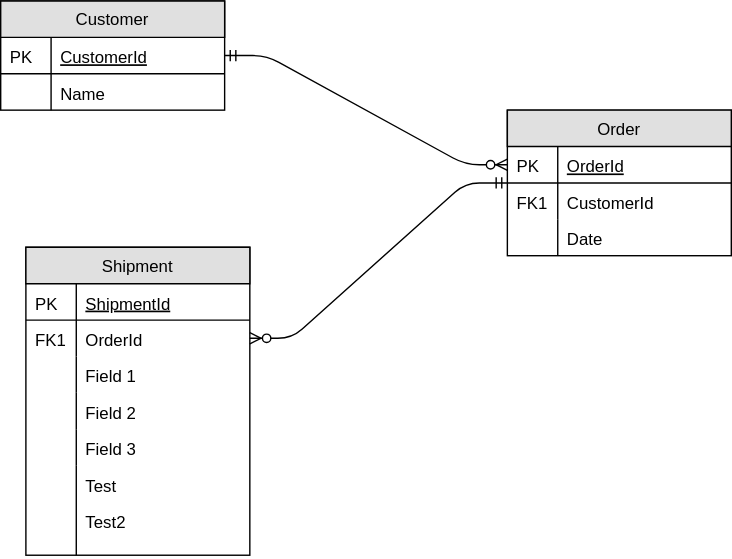
Before: images/schema.svg, a diagram exported from draw.io (alderg/sandbox). Source tidied: cells renumbered, new cells last; positions are measured from the earlier drawing's top-left corner, leaving out a move shared by most shapes. The source it was exported from:
```xml
<mxGraphModel background="#ffffff">
  <root>
    <mxCell id="0" />
    <mxCell id="1" parent="0" />
    <mxCell id="2" value="Customer" style="swimlane;fontStyle=0;horizontal=1;startSize=26;fillColor=#e0e0e0;swimlaneFillColor=#ffffff;rounded=0;shadow=0;strokeWidth=1;" parent="1" vertex="1">
      <mxGeometry width="160" height="78" as="geometry" />
    </mxCell>
    <mxCell id="3" value="CustomerId" style="shape=partialRectangle;top=0;left=0;right=0;bottom=1;align=left;verticalAlign=top;fillColor=none;spacingLeft=40;spacingRight=4;overflow=hidden;points=[[0,0.5],[1,0.5]];portConstraint=eastwest;rounded=0;shadow=0;strokeWidth=1;fontStyle=4;" parent="2" vertex="1">
      <mxGeometry y="26" width="160" height="26" as="geometry" />
    </mxCell>
    <mxCell id="4" value="PK" style="shape=partialRectangle;top=0;left=0;bottom=0;fillColor=none;align=left;verticalAlign=top;spacingLeft=4;spacingRight=4;overflow=hidden;" parent="3" vertex="1">
      <mxGeometry width="36" height="26" as="geometry" />
    </mxCell>
    <mxCell id="5" value="Name" style="shape=partialRectangle;top=0;left=0;right=0;bottom=0;align=left;verticalAlign=top;fillColor=none;spacingLeft=40;spacingRight=4;overflow=hidden;rounded=0;shadow=0;strokeWidth=1;" parent="2" vertex="1">
      <mxGeometry y="52" width="160" height="26" as="geometry" />
    </mxCell>
    <mxCell id="6" style="shape=partialRectangle;top=0;left=0;bottom=0;fillColor=none;align=left;verticalAlign=top;spacingLeft=4;spacingRight=4;overflow=hidden;" parent="5" vertex="1">
      <mxGeometry width="36" height="26" as="geometry" />
    </mxCell>
    <mxCell id="7" value="Order" style="swimlane;fontStyle=0;horizontal=1;startSize=26;fillColor=#e0e0e0;swimlaneFillColor=#ffffff;rounded=0;shadow=0;strokeWidth=1;" parent="1" vertex="1">
      <mxGeometry x="362" y="78" width="160" height="104" as="geometry" />
    </mxCell>
    <mxCell id="8" value="OrderId" style="shape=partialRectangle;top=0;left=0;right=0;bottom=1;align=left;verticalAlign=top;fillColor=none;spacingLeft=40;spacingRight=4;overflow=hidden;points=[[0,0.5],[1,0.5]];portConstraint=eastwest;rounded=0;shadow=0;strokeWidth=1;fontStyle=4;" parent="7" vertex="1">
      <mxGeometry y="26" width="160" height="26" as="geometry" />
    </mxCell>
    <mxCell id="9" value="PK" style="shape=partialRectangle;top=0;left=0;bottom=0;fillColor=none;align=left;verticalAlign=top;spacingLeft=4;spacingRight=4;overflow=hidden;" parent="8" vertex="1">
      <mxGeometry width="36" height="26" as="geometry" />
    </mxCell>
    <mxCell id="10" value="CustomerId" style="shape=partialRectangle;top=0;left=0;right=0;bottom=0;align=left;verticalAlign=top;fillColor=none;spacingLeft=40;spacingRight=4;overflow=hidden;rounded=0;shadow=0;strokeWidth=1;" parent="7" vertex="1">
      <mxGeometry y="52" width="160" height="26" as="geometry" />
    </mxCell>
    <mxCell id="11" value="FK1" style="shape=partialRectangle;top=0;left=0;bottom=0;fillColor=none;align=left;verticalAlign=top;spacingLeft=4;spacingRight=4;overflow=hidden;" parent="10" vertex="1">
      <mxGeometry width="36" height="26" as="geometry" />
    </mxCell>
    <mxCell id="12" value="Date" style="shape=partialRectangle;top=0;left=0;right=0;bottom=0;align=left;verticalAlign=top;fillColor=none;spacingLeft=40;spacingRight=4;overflow=hidden;rounded=0;shadow=0;strokeWidth=1;" parent="7" vertex="1">
      <mxGeometry y="78" width="160" height="26" as="geometry" />
    </mxCell>
    <mxCell id="13" style="shape=partialRectangle;top=0;left=0;bottom=0;fillColor=none;align=left;verticalAlign=top;spacingLeft=4;spacingRight=4;overflow=hidden;" parent="12" vertex="1">
      <mxGeometry width="36" height="26" as="geometry" />
    </mxCell>
    <mxCell id="14" style="edgeStyle=entityRelationEdgeStyle;endArrow=ERzeroToMany;startArrow=ERmandOne;shadow=0;strokeWidth=1;" parent="1" edge="1" source="3" target="8">
      <mxGeometry relative="1" as="geometry" />
    </mxCell>
    <mxCell id="15" value="Shipment" style="swimlane;fontStyle=0;horizontal=1;startSize=26;fillColor=#e0e0e0;swimlaneFillColor=#ffffff;rounded=0;shadow=0;strokeWidth=1;" parent="1" vertex="1">
      <mxGeometry x="18" y="176" width="160" height="220" as="geometry" />
    </mxCell>
    <mxCell id="16" value="ShipmentId" style="shape=partialRectangle;top=0;left=0;right=0;bottom=1;align=left;verticalAlign=top;fillColor=none;spacingLeft=40;spacingRight=4;overflow=hidden;rounded=0;shadow=0;strokeWidth=1;fontStyle=4;" parent="15" vertex="1">
      <mxGeometry y="26" width="160" height="26" as="geometry" />
    </mxCell>
    <mxCell id="17" value="PK" style="shape=partialRectangle;top=0;left=0;bottom=0;fillColor=none;align=left;verticalAlign=top;spacingLeft=4;spacingRight=4;overflow=hidden;" parent="16" vertex="1">
      <mxGeometry width="36" height="26" as="geometry" />
    </mxCell>
    <mxCell id="18" value="OrderId" style="shape=partialRectangle;top=0;left=0;right=0;bottom=0;align=left;verticalAlign=top;fillColor=none;spacingLeft=40;spacingRight=4;overflow=hidden;points=[[0,0.5],[1,0.5]];portConstraint=eastwest;rounded=0;shadow=0;strokeWidth=1;" parent="15" vertex="1">
      <mxGeometry y="52" width="160" height="26" as="geometry" />
    </mxCell>
    <mxCell id="19" value="FK1" style="shape=partialRectangle;top=0;left=0;bottom=0;fillColor=none;align=left;verticalAlign=top;spacingLeft=4;spacingRight=4;overflow=hidden;" parent="18" vertex="1">
      <mxGeometry width="36" height="26" as="geometry" />
    </mxCell>
    <mxCell id="20" value="Field 1" style="shape=partialRectangle;top=0;left=0;right=0;bottom=0;align=left;verticalAlign=top;fillColor=none;spacingLeft=40;spacingRight=4;overflow=hidden;rounded=0;shadow=0;strokeWidth=1;" parent="15" vertex="1">
      <mxGeometry y="78" width="160" height="26" as="geometry" />
    </mxCell>
    <mxCell id="21" style="shape=partialRectangle;top=0;left=0;bottom=0;fillColor=none;align=left;verticalAlign=top;spacingLeft=4;spacingRight=4;overflow=hidden;" parent="20" vertex="1">
      <mxGeometry width="36" height="26" as="geometry" />
    </mxCell>
    <mxCell id="22" value="Field 2" style="shape=partialRectangle;top=0;left=0;right=0;bottom=0;align=left;verticalAlign=top;fillColor=none;spacingLeft=40;spacingRight=4;overflow=hidden;rounded=0;shadow=0;strokeWidth=1;" parent="15" vertex="1">
      <mxGeometry y="104" width="160" height="26" as="geometry" />
    </mxCell>
    <mxCell id="23" style="shape=partialRectangle;top=0;left=0;bottom=0;fillColor=none;align=left;verticalAlign=top;spacingLeft=4;spacingRight=4;overflow=hidden;" parent="22" vertex="1">
      <mxGeometry width="36" height="26" as="geometry" />
    </mxCell>
    <mxCell id="24" value="Field 3" style="shape=partialRectangle;top=0;left=0;right=0;bottom=0;align=left;verticalAlign=top;fillColor=none;spacingLeft=40;spacingRight=4;overflow=hidden;rounded=0;shadow=0;strokeWidth=1;" parent="15" vertex="1">
      <mxGeometry y="130" width="160" height="26" as="geometry" />
    </mxCell>
    <mxCell id="25" style="shape=partialRectangle;top=0;left=0;bottom=0;fillColor=none;align=left;verticalAlign=top;spacingLeft=4;spacingRight=4;overflow=hidden;" parent="24" vertex="1">
      <mxGeometry width="36" height="26" as="geometry" />
    </mxCell>
    <mxCell id="26" value="Test" style="shape=partialRectangle;top=0;left=0;right=0;bottom=0;align=left;verticalAlign=top;fillColor=none;spacingLeft=40;spacingRight=4;overflow=hidden;rounded=0;shadow=0;strokeWidth=1;" parent="15" vertex="1">
      <mxGeometry y="156" width="160" height="26" as="geometry" />
    </mxCell>
    <mxCell id="27" style="shape=partialRectangle;top=0;left=0;bottom=0;fillColor=none;align=left;verticalAlign=top;spacingLeft=4;spacingRight=4;overflow=hidden;" parent="26" vertex="1">
      <mxGeometry width="36" height="26" as="geometry" />
    </mxCell>
    <mxCell id="28" value="Test2" style="shape=partialRectangle;top=0;left=0;right=0;bottom=0;align=left;verticalAlign=top;fillColor=none;spacingLeft=40;spacingRight=4;overflow=hidden;rounded=0;shadow=0;strokeWidth=1;" parent="15" vertex="1">
      <mxGeometry y="182" width="160" height="38" as="geometry" />
    </mxCell>
    <mxCell id="29" style="shape=partialRectangle;top=0;left=0;bottom=0;fillColor=none;align=left;verticalAlign=top;spacingLeft=4;spacingRight=4;overflow=hidden;" parent="28" vertex="1">
      <mxGeometry width="36" height="38" as="geometry" />
    </mxCell>
    <mxCell id="30" style="edgeStyle=entityRelationEdgeStyle;endArrow=ERzeroToMany;startArrow=ERmandOne;shadow=0;strokeWidth=1;" parent="1" edge="1" source="7" target="18">
      <mxGeometry relative="1" as="geometry" />
    </mxCell>
  </root>
</mxGraphModel>
```
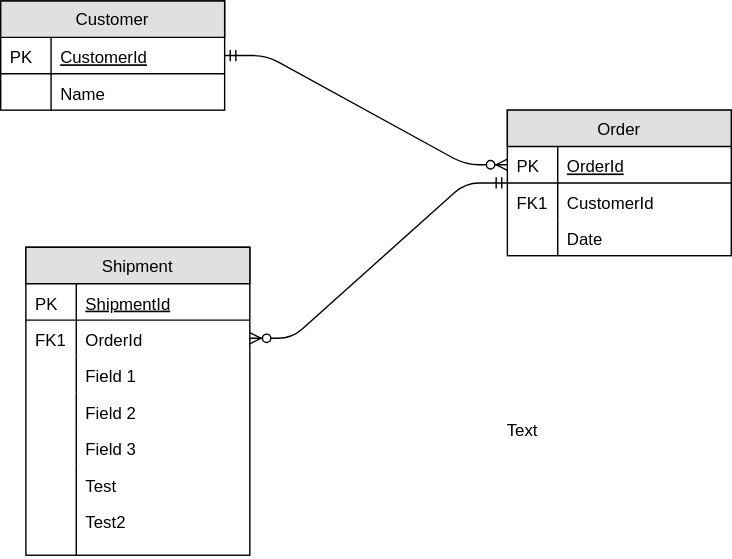
After the change.

What changed in the source:
```diff
@@ -89,5 +89,8 @@
     <mxCell id="30" style="edgeStyle=entityRelationEdgeStyle;endArrow=ERzeroToMany;startArrow=ERmandOne;shadow=0;strokeWidth=1;" parent="1" edge="1" source="7" target="18">
       <mxGeometry relative="1" as="geometry" />
     </mxCell>
+    <mxCell id="31" value="Text" style="text;html=1;strokeColor=none;fillColor=none;align=center;verticalAlign=middle;whiteSpace=wrap;" parent="1" vertex="1">
+      <mxGeometry x="352" y="296" width="40" height="20" as="geometry" />
+    </mxCell>
   </root>
 </mxGraphModel>
```
